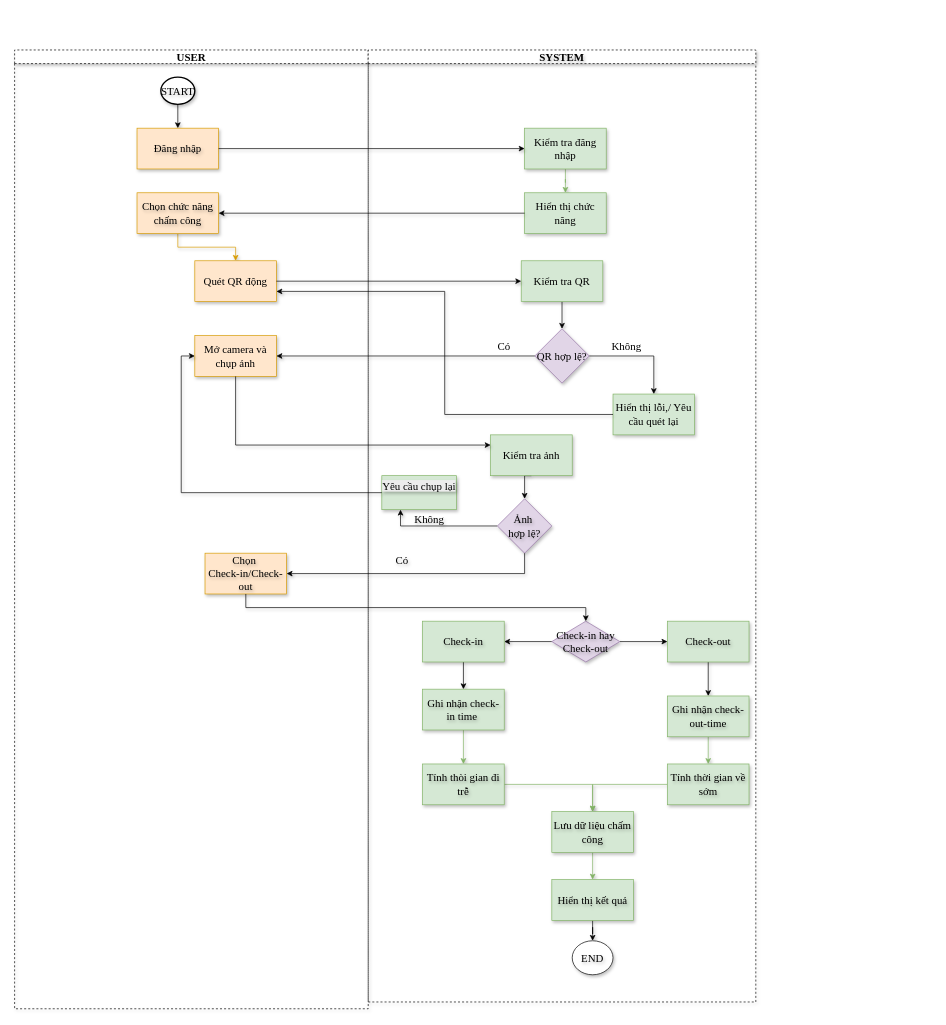
Before: flow chấm cong.drawio in gihan160306/HRFlow, a draw.io diagram. Source tidied: cells renumbered, new cells numbered last; positions are measured from the earlier drawing's top-left corner, leaving out a move shared by most shapes. Both pictures are drawn from the tidied source at 68%, with x=0, y=0 at pixel (14, 50).
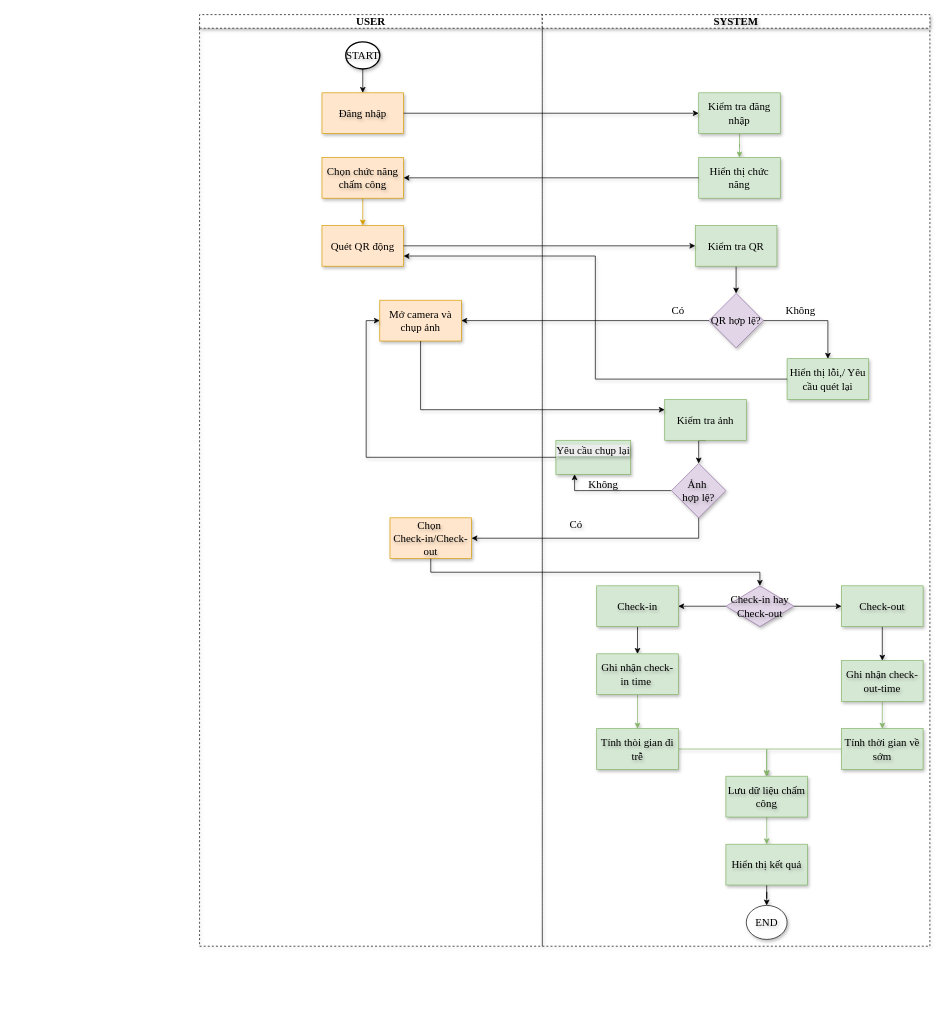
The same diagram, later.

Commit message (it also covers changes not shown here):
Cập nhật flow chấm cong.drawio

What changed in the source:
```diff
@@
     <mxCell id="2" value="USER" style="swimlane;startSize=20;whiteSpace=wrap;html=1;dashed=1;shadow=1;fontFamily=Times New Roman;fontSize=16;" parent="1" vertex="1">
-      <mxGeometry width="520" height="1410" as="geometry" />
+      <mxGeometry x="272" y="-52" width="504" height="1370" as="geometry" />
     </mxCell>
@@
     <mxCell id="8" value="Quét QR động" style="whiteSpace=wrap;html=1;fontSize=16;fontFamily=Times New Roman;rounded=0;labelBorderColor=none;shadow=1;fillColor=#ffe6cc;strokeColor=#d79b00;" parent="2" vertex="1">
-      <mxGeometry x="265" y="310" width="120" height="60" as="geometry" />
+      <mxGeometry x="180" y="310" width="120" height="60" as="geometry" />
     </mxCell>
@@
-    <mxCell id="11" value="SYSTEM" style="swimlane;startSize=20;whiteSpace=wrap;html=1;dashed=1;shadow=1;fontFamily=Times New Roman;fontSize=16;textShadow=1;labelBackgroundColor=none;labelBorderColor=none;" parent="1" vertex="1">
-      <mxGeometry x="520" width="570" height="1400" as="geometry" />
+    <mxCell id="11" value="SYSTEM" style="swimlane;startSize=20;whiteSpace=wrap;html=1;dashed=1;shadow=1;fontFamily=Times New Roman;fontSize=16;textShadow=1;labelBackgroundColor=none;labelBorderColor=none;convertToSvg=0;svgWhiteSpace=wrap;" parent="1" vertex="1">
+      <mxGeometry x="776" y="-52" width="570" height="1370" as="geometry" />
     </mxCell>
```
